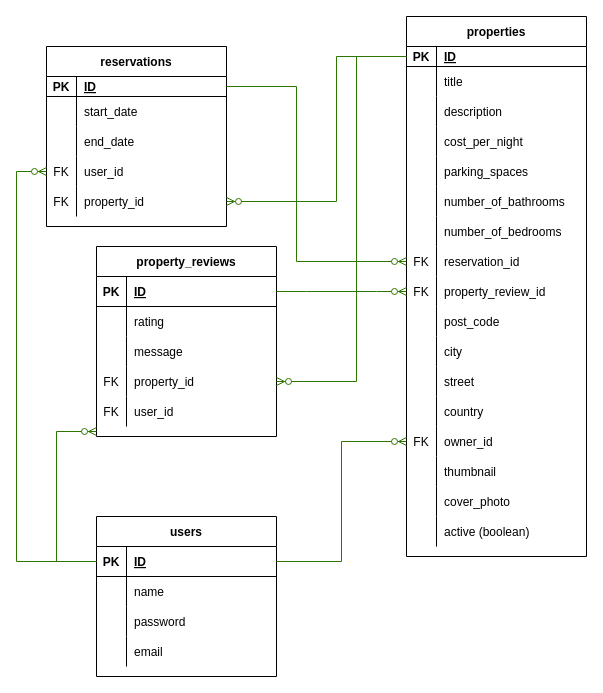
Above: Untitled Diagram.drawio in Alvintol/BootcampX (draw.io), before the change. Source tidied: cells renumbered, new cells numbered last; positions are measured from the earlier drawing's top-left corner, leaving out a move shared by most shapes. Both pictures are drawn from the tidied source at 100%, with x=0, y=0 at pixel (16, 16).
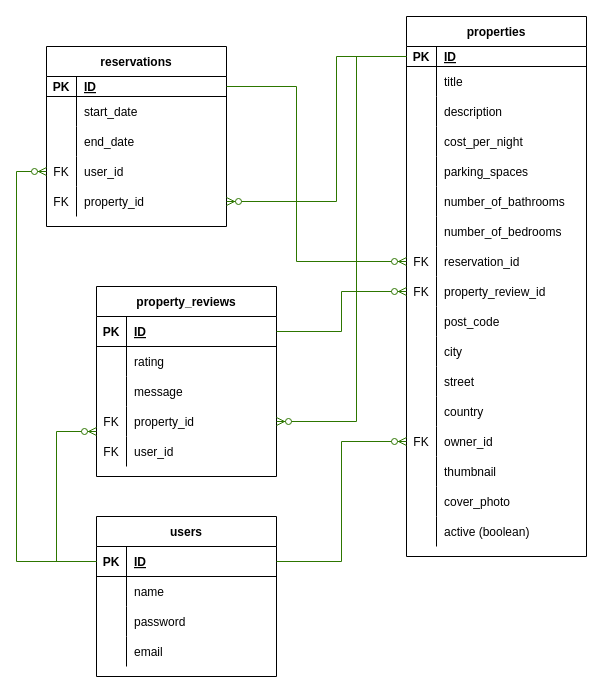
After the change.

Commit message:
finalized refractor

The change refers to these unchanged cells:
```xml
<mxCell id="3" style="shape=tableRow;horizontal=0;startSize=0;swimlaneHead=0;swimlaneBody=0;fillColor=none;points=[[0,0.5],[1,0.5]];portConstraint=eastwest;top=0;left=0;right=0;bottom=1;" parent="2" vertex="1">
  <mxGeometry y="30" width="180" height="30" as="geometry" />
</mxCell>
<mxCell id="72" style="shape=tableRow;horizontal=0;startSize=0;swimlaneHead=0;swimlaneBody=0;fillColor=none;points=[[0,0.5],[1,0.5]];portConstraint=eastwest;top=0;left=0;right=0;bottom=0;" parent="47" vertex="1">
  <mxGeometry y="260" width="180" height="30" as="geometry" />
</mxCell>
```

Diff of the diagram source:
```diff
@@
     <mxCell id="2" value="property_reviews" style="shape=table;startSize=30;childLayout=tableLayout;rowLines=0;fontStyle=1;align=center;" parent="1" vertex="1">
-      <mxGeometry x="80" y="230" width="180" height="190" as="geometry" />
+      <mxGeometry x="80" y="270" width="180" height="190" as="geometry" />
     </mxCell>
@@
-    <mxCell id="102" style="edgeStyle=entityRelationEdgeStyle;fontSize=12;html=1;endArrow=ERzeroToMany;endFill=1;rounded=0;exitX=1;exitY=0.5;exitDx=0;exitDy=0;entryX=0;entryY=0.5;entryDx=0;entryDy=0;fillColor=#60a917;strokeColor=#2D7600;" parent="1" edge="1" source="3" target="72">
+    <mxCell id="102" style="edgeStyle=elbowEdgeStyle;fontSize=12;html=1;endArrow=ERzeroToMany;endFill=1;rounded=0;exitX=1;exitY=0.5;exitDx=0;exitDy=0;entryX=0;entryY=0.5;entryDx=0;entryDy=0;fillColor=#60a917;strokeColor=#2D7600;" parent="1" edge="1" source="3" target="72">
       <mxGeometry relative="1" as="geometry" />
     </mxCell>
```
